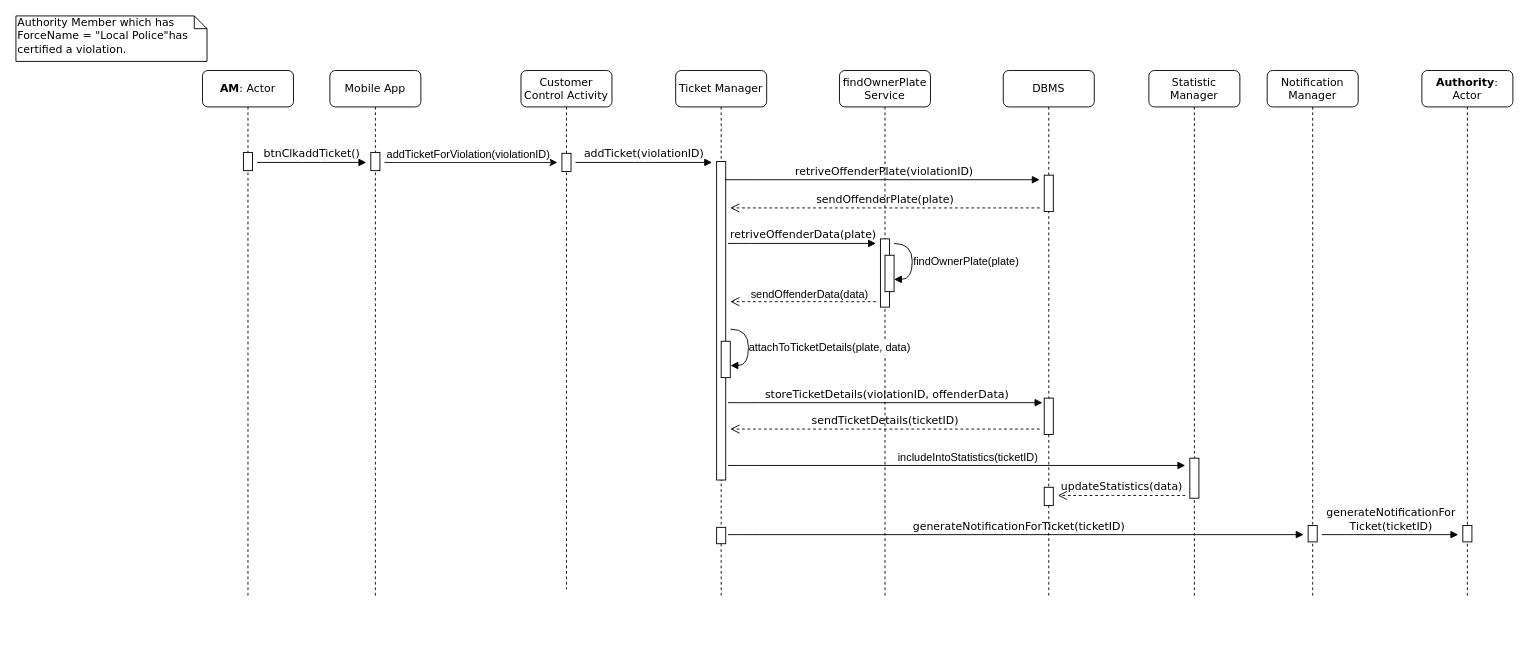
Earlier version of the draw.io diagram DD/sequenceDiagram/ticketGenerationProcess.drawio (valearm/SafeStreets-Project-SE2). Source tidied: cells renumbered, new cells numbered last; positions are measured from the earlier drawing's top-left corner, leaving out a move shared by most shapes. Both pictures are drawn from the tidied source at 91%, with x=0, y=0 at pixel (15, 15).
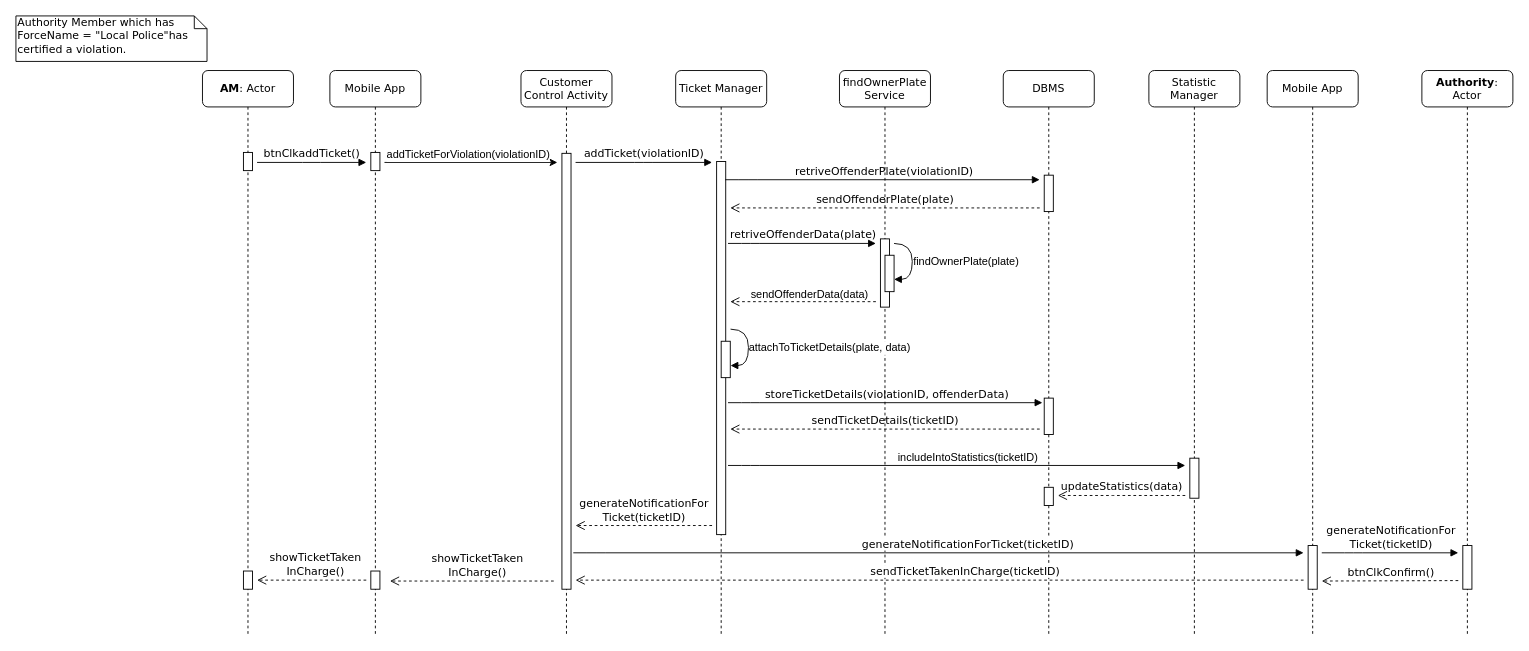
Above is the later version.

The edit, as a diff of the source:
```diff
@@
+    <mxCell id="22" value="DBMS" style="shape=umlLifeline;perimeter=lifelinePerimeter;whiteSpace=wrap;html=1;rounded=1;shadow=0;comic=0;labelBackgroundColor=none;strokeWidth=1;fontFamily=Verdana;fontSize=12;align=center;" parent="1" vertex="1">
+      <mxGeometry x="1085" y="60" width="100" height="620" as="geometry" />
+    </mxCell>
+    <mxCell id="23" style="html=1;perimeter=orthogonalPerimeter;rounded=0;shadow=0;comic=0;labelBackgroundColor=none;strokeWidth=1;fontFamily=Verdana;fontSize=12;align=center;" parent="22" vertex="1">
+      <mxGeometry x="45" y="115" width="10" height="40" as="geometry" />
+    </mxCell>
+    <mxCell id="24" style="html=1;perimeter=orthogonalPerimeter;rounded=0;shadow=0;comic=0;labelBackgroundColor=none;strokeWidth=1;fontFamily=Verdana;fontSize=12;align=center;" parent="22" vertex="1">
+      <mxGeometry x="45" y="360" width="10" height="40" as="geometry" />
+    </mxCell>
+    <mxCell id="25" style="html=1;perimeter=orthogonalPerimeter;rounded=0;shadow=0;comic=0;labelBackgroundColor=none;strokeWidth=1;fontFamily=Verdana;fontSize=12;align=center;" parent="22" vertex="1">
+      <mxGeometry x="45" y="458" width="10" height="20" as="geometry" />
+    </mxCell>
     <mxCell id="2" value="&lt;div&gt;findOwnerPlate&lt;div&gt;Service&lt;br&gt;&lt;/div&gt;&lt;/div&gt;" style="shape=umlLifeline;perimeter=lifelinePerimeter;whiteSpace=wrap;html=1;rounded=1;shadow=0;comic=0;labelBackgroundColor=none;strokeWidth=1;fontFamily=Verdana;fontSize=12;align=center;" parent="1" vertex="1">
-      <mxGeometry x="905" y="60" width="100" height="580" as="geometry" />
+      <mxGeometry x="905" y="60" width="100" height="620" as="geometry" />
     </mxCell>
@@
     <mxCell id="4" value="Customer Control Activity" style="shape=umlLifeline;perimeter=lifelinePerimeter;whiteSpace=wrap;html=1;rounded=1;shadow=0;comic=0;labelBackgroundColor=none;strokeWidth=1;fontFamily=Verdana;fontSize=12;align=center;" parent="1" vertex="1">
-      <mxGeometry x="555" y="60" width="100" height="570" as="geometry" />
+      <mxGeometry x="555" y="60" width="100" height="620" as="geometry" />
     </mxCell>
     <mxCell id="5" style="html=1;perimeter=orthogonalPerimeter;rounded=0;shadow=0;comic=0;labelBackgroundColor=none;strokeWidth=1;fontFamily=Verdana;fontSize=12;align=center;" parent="4" vertex="1">
-      <mxGeometry x="45" y="91" width="10" height="20" as="geometry" />
+      <mxGeometry x="45" y="91" width="10" height="479" as="geometry" />
     </mxCell>
     <mxCell id="6" value="Ticket Manager" style="shape=umlLifeline;perimeter=lifelinePerimeter;whiteSpace=wrap;html=1;rounded=1;shadow=0;comic=0;labelBackgroundColor=none;strokeWidth=1;fontFamily=Verdana;fontSize=12;align=center;" parent="1" vertex="1">
-      <mxGeometry x="725" y="60" width="100" height="580" as="geometry" />
+      <mxGeometry x="725" y="60" width="100" height="620" as="geometry" />
     </mxCell>
     <mxCell id="7" style="html=1;perimeter=orthogonalPerimeter;rounded=0;shadow=0;comic=0;labelBackgroundColor=none;strokeWidth=1;fontFamily=Verdana;fontSize=12;align=center;" parent="6" vertex="1">
-      <mxGeometry x="45" y="100" width="10" height="350" as="geometry" />
+      <mxGeometry x="45" y="100" width="10" height="410" as="geometry" />
     </mxCell>
@@
-    <mxCell id="11" style="html=1;perimeter=orthogonalPerimeter;rounded=0;shadow=0;comic=0;labelBackgroundColor=none;strokeWidth=1;fontFamily=Verdana;fontSize=12;align=center;" parent="6" vertex="1">
-      <mxGeometry x="45" y="502" width="10" height="18" as="geometry" />
-    </mxCell>
     <mxCell id="12" value="Statistic Manager" style="shape=umlLifeline;perimeter=lifelinePerimeter;whiteSpace=wrap;html=1;rounded=1;shadow=0;comic=0;labelBackgroundColor=none;strokeWidth=1;fontFamily=Verdana;fontSize=12;align=center;" parent="1" vertex="1">
-      <mxGeometry x="1245" y="60" width="100" height="580" as="geometry" />
+      <mxGeometry x="1245" y="60" width="100" height="620" as="geometry" />
     </mxCell>
@@
     <mxCell id="14" value="&lt;b&gt;AM&lt;/b&gt;: Actor" style="shape=umlLifeline;perimeter=lifelinePerimeter;whiteSpace=wrap;html=1;rounded=1;shadow=0;comic=0;labelBackgroundColor=none;strokeWidth=1;fontFamily=Verdana;fontSize=12;align=center;" parent="1" vertex="1">
-      <mxGeometry x="205" y="60" width="100" height="580" as="geometry" />
+      <mxGeometry x="205" y="60" width="100" height="620" as="geometry" />
     </mxCell>
@@
+    <mxCell id="46" style="html=1;perimeter=orthogonalPerimeter;rounded=0;shadow=0;comic=0;labelBackgroundColor=none;strokeWidth=1;fontFamily=Verdana;fontSize=12;align=center;" parent="14" vertex="1">
+      <mxGeometry x="45" y="550" width="10" height="20" as="geometry" />
+    </mxCell>
@@
-    <mxCell id="22" value="DBMS" style="shape=umlLifeline;perimeter=lifelinePerimeter;whiteSpace=wrap;html=1;rounded=1;shadow=0;comic=0;labelBackgroundColor=none;strokeWidth=1;fontFamily=Verdana;fontSize=12;align=center;" parent="1" vertex="1">
-      <mxGeometry x="1085" y="60" width="100" height="580" as="geometry" />
-    </mxCell>
-    <mxCell id="23" style="html=1;perimeter=orthogonalPerimeter;rounded=0;shadow=0;comic=0;labelBackgroundColor=none;strokeWidth=1;fontFamily=Verdana;fontSize=12;align=center;" parent="22" vertex="1">
-      <mxGeometry x="45" y="115" width="10" height="40" as="geometry" />
-    </mxCell>
-    <mxCell id="24" style="html=1;perimeter=orthogonalPerimeter;rounded=0;shadow=0;comic=0;labelBackgroundColor=none;strokeWidth=1;fontFamily=Verdana;fontSize=12;align=center;" parent="22" vertex="1">
-      <mxGeometry x="45" y="360" width="10" height="40" as="geometry" />
-    </mxCell>
-    <mxCell id="25" style="html=1;perimeter=orthogonalPerimeter;rounded=0;shadow=0;comic=0;labelBackgroundColor=none;strokeWidth=1;fontFamily=Verdana;fontSize=12;align=center;" parent="22" vertex="1">
-      <mxGeometry x="45" y="458" width="10" height="20" as="geometry" />
-    </mxCell>
     <mxCell id="26" value="Mobile App" style="shape=umlLifeline;perimeter=lifelinePerimeter;whiteSpace=wrap;html=1;rounded=1;shadow=0;comic=0;labelBackgroundColor=none;strokeWidth=1;fontFamily=Verdana;fontSize=12;align=center;" parent="1" vertex="1">
-      <mxGeometry x="345" y="60" width="100" height="580" as="geometry" />
+      <mxGeometry x="345" y="60" width="100" height="620" as="geometry" />
     </mxCell>
@@
+    <mxCell id="47" style="html=1;perimeter=orthogonalPerimeter;rounded=0;shadow=0;comic=0;labelBackgroundColor=none;strokeWidth=1;fontFamily=Verdana;fontSize=12;align=center;" parent="26" vertex="1">
+      <mxGeometry x="45" y="550" width="10" height="20" as="geometry" />
+    </mxCell>
@@
     <mxCell id="40" value="&lt;b&gt;Authority&lt;/b&gt;: Actor" style="shape=umlLifeline;perimeter=lifelinePerimeter;whiteSpace=wrap;html=1;rounded=1;shadow=0;comic=0;labelBackgroundColor=none;strokeWidth=1;fontFamily=Verdana;fontSize=12;align=center;" parent="1" vertex="1">
-      <mxGeometry x="1545" y="60" width="100" height="580" as="geometry" />
+      <mxGeometry x="1545" y="60" width="100" height="620" as="geometry" />
     </mxCell>
     <mxCell id="41" style="html=1;perimeter=orthogonalPerimeter;rounded=0;shadow=0;comic=0;labelBackgroundColor=none;strokeWidth=1;fontFamily=Verdana;fontSize=12;align=center;" parent="40" vertex="1">
-      <mxGeometry x="45" y="500" width="10" height="18" as="geometry" />
+      <mxGeometry x="45" y="522" width="10" height="48" as="geometry" />
     </mxCell>
-    <mxCell id="42" value="Notification Manager" style="shape=umlLifeline;perimeter=lifelinePerimeter;whiteSpace=wrap;html=1;rounded=1;shadow=0;comic=0;labelBackgroundColor=none;strokeWidth=1;fontFamily=Verdana;fontSize=12;align=center;" parent="1" vertex="1">
-      <mxGeometry x="1375" y="60" width="100" height="580" as="geometry" />
+    <mxCell id="42" value="Mobile App" style="shape=umlLifeline;perimeter=lifelinePerimeter;whiteSpace=wrap;html=1;rounded=1;shadow=0;comic=0;labelBackgroundColor=none;strokeWidth=1;fontFamily=Verdana;fontSize=12;align=center;" parent="1" vertex="1">
+      <mxGeometry x="1375" y="60" width="100" height="620" as="geometry" />
     </mxCell>
     <mxCell id="43" style="html=1;perimeter=orthogonalPerimeter;rounded=0;shadow=0;comic=0;labelBackgroundColor=none;strokeWidth=1;fontFamily=Verdana;fontSize=12;align=center;" parent="42" vertex="1">
-      <mxGeometry x="45" y="500" width="10" height="18" as="geometry" />
+      <mxGeometry x="45" y="522" width="10" height="48" as="geometry" />
     </mxCell>
+    <mxCell id="45" value="&lt;div&gt;generateNotificationFor&lt;/div&gt;&lt;div&gt;Ticket(ticketID)&lt;/div&gt;" style="html=1;verticalAlign=bottom;endArrow=block;labelBackgroundColor=none;fontFamily=Verdana;fontSize=12;edgeStyle=elbowEdgeStyle;elbow=vertical;" parent="1" edge="1">
+      <mxGeometry x="0.01" relative="1" as="geometry">
+        <mxPoint x="1435" y="590" as="sourcePoint" />
+        <mxPoint x="1585" y="590" as="targetPoint" />
+        <Array as="points">
+          <mxPoint x="1470" y="590" />
+        </Array>
+      </mxGeometry>
+    </mxCell>
+    <mxCell id="48" value="&lt;div&gt;generateNotificationFor&lt;/div&gt;&lt;div&gt;Ticket(ticketID)&lt;/div&gt;" style="html=1;verticalAlign=bottom;endArrow=open;dashed=1;endSize=8;labelBackgroundColor=none;fontFamily=Verdana;fontSize=12;edgeStyle=elbowEdgeStyle;elbow=vertical;" parent="1" edge="1">
+      <mxGeometry relative="1" as="geometry">
+        <mxPoint x="765" y="560" as="sourcePoint" />
+        <mxPoint x="615" y="560" as="targetPoint" />
+        <Array as="points">
+          <mxPoint x="710" y="560" />
+          <mxPoint x="740" y="560" />
+        </Array>
+      </mxGeometry>
+    </mxCell>
-    <mxCell id="44" value="generateNotificationForTicket(ticketID)" style="html=1;verticalAlign=bottom;endArrow=block;labelBackgroundColor=none;fontFamily=Verdana;fontSize=12;edgeStyle=elbowEdgeStyle;elbow=vertical;" parent="1" edge="1">
-      <mxGeometry x="0.01" relative="1" as="geometry">
-        <mxPoint x="782.5" y="570" as="sourcePoint" />
-        <mxPoint x="1415" y="570" as="targetPoint" />
+    <mxCell id="44" value="generateNotificationForTicket(ticketID)" style="html=1;verticalAlign=bottom;endArrow=block;labelBackgroundColor=#ffffff;fontFamily=Verdana;fontSize=12;edgeStyle=elbowEdgeStyle;elbow=vertical;" parent="1" edge="1">
+      <mxGeometry x="0.08" relative="1" as="geometry">
+        <mxPoint x="612.5" y="590" as="sourcePoint" />
+        <mxPoint x="1415" y="590" as="targetPoint" />
         <Array as="points">
-          <mxPoint x="807.5" y="570" />
+          <mxPoint x="637.5" y="590" />
         </Array>
       </mxGeometry>
     </mxCell>
-    <mxCell id="45" value="&lt;div&gt;generateNotificationFor&lt;/div&gt;&lt;div&gt;Ticket(ticketID)&lt;/div&gt;" style="html=1;verticalAlign=bottom;endArrow=block;labelBackgroundColor=none;fontFamily=Verdana;fontSize=12;edgeStyle=elbowEdgeStyle;elbow=vertical;" parent="1" edge="1">
-      <mxGeometry x="0.01" relative="1" as="geometry">
-        <mxPoint x="1435" y="570" as="sourcePoint" />
-        <mxPoint x="1585" y="570" as="targetPoint" />
-        <Array as="points">
-          <mxPoint x="1470" y="570" />
-        </Array>
-      </mxGeometry>
-    </mxCell>
+    <mxCell id="49" value="btnClkConfirm()" style="html=1;verticalAlign=bottom;endArrow=open;dashed=1;endSize=8;labelBackgroundColor=none;fontFamily=Verdana;fontSize=12;edgeStyle=elbowEdgeStyle;elbow=vertical;" parent="1" edge="1">
+      <mxGeometry relative="1" as="geometry">
+        <mxPoint x="1585" y="620.5" as="sourcePoint" />
+        <mxPoint x="1435" y="621" as="targetPoint" />
+      </mxGeometry>
+    </mxCell>
+    <mxCell id="50" value="sendTicketTakenInCharge(ticketID)" style="html=1;verticalAlign=bottom;endArrow=open;dashed=1;endSize=8;labelBackgroundColor=#ffffff;fontFamily=Verdana;fontSize=12;edgeStyle=elbowEdgeStyle;elbow=vertical;" parent="1" edge="1">
+      <mxGeometry x="-0.07" relative="1" as="geometry">
+        <mxPoint x="1415" y="620" as="sourcePoint" />
+        <mxPoint x="615" y="620" as="targetPoint" />
+      </mxGeometry>
+    </mxCell>
+    <mxCell id="51" value="&lt;div&gt;showTicketTaken&lt;/div&gt;&lt;div&gt;InCharge()&lt;/div&gt;" style="html=1;verticalAlign=bottom;endArrow=open;dashed=1;endSize=8;labelBackgroundColor=#ffffff;fontFamily=Verdana;fontSize=12;edgeStyle=elbowEdgeStyle;elbow=vertical;" parent="1" edge="1">
+      <mxGeometry x="-0.07" relative="1" as="geometry">
+        <mxPoint x="591" y="621" as="sourcePoint" />
+        <mxPoint x="411" y="621" as="targetPoint" />
+      </mxGeometry>
+    </mxCell>
+    <mxCell id="52" value="&lt;div&gt;showTicketTaken&lt;/div&gt;&lt;div&gt;InCharge()&lt;/div&gt;" style="html=1;verticalAlign=bottom;endArrow=open;dashed=1;endSize=8;labelBackgroundColor=#ffffff;fontFamily=Verdana;fontSize=12;edgeStyle=elbowEdgeStyle;elbow=vertical;" parent="1" edge="1">
+      <mxGeometry x="-0.07" relative="1" as="geometry">
+        <mxPoint x="385" y="620" as="sourcePoint" />
+        <mxPoint x="265" y="620" as="targetPoint" />
+      </mxGeometry>
+    </mxCell>
```
